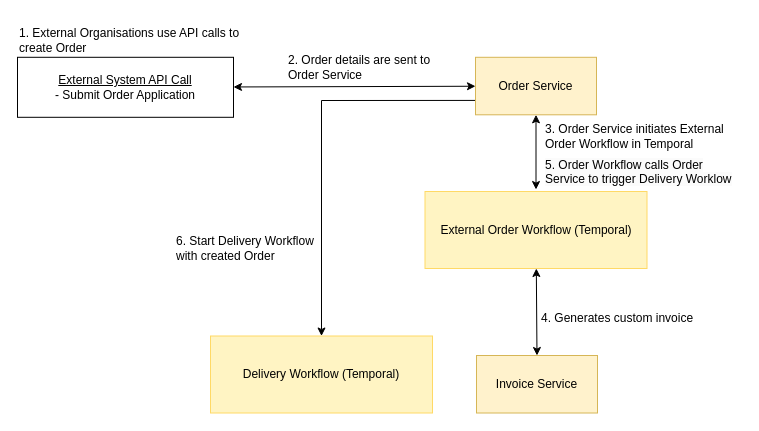
The draw.io diagram diagrams/Scenario2.drawio in darkliyznyanlin910/esd-2425T2, before the edit. Source tidied: cells renumbered, new cells numbered last; positions are measured from the earlier drawing's top-left corner, leaving out a move shared by most shapes. Both pictures are drawn from the tidied source at 100%, with x=0, y=0 at pixel (17, 25).
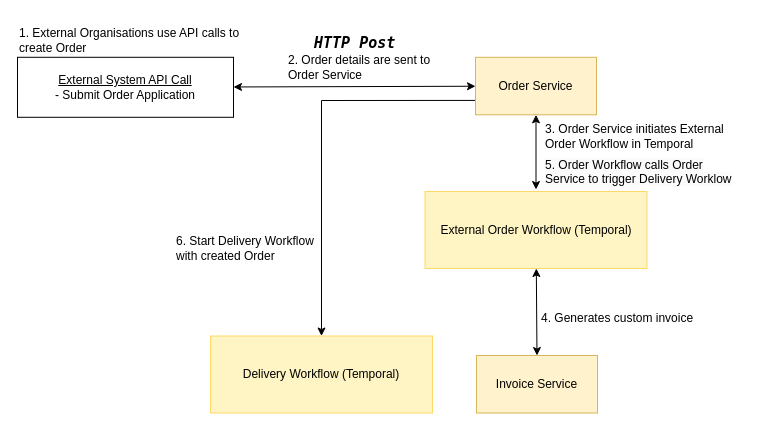
The same page after the edit.

Commit message (it also covers changes not shown here):
added HTTP Post and GET into diagrams

The edit, as a diff of the source:
```diff
@@
 <mxGraphModel>
   <root>
     <mxCell id="0" />
     <mxCell id="1" parent="0" />
     <mxCell id="2" value="&lt;u&gt;External System API Call&lt;/u&gt;&lt;div&gt;- Submit Order Application&lt;/div&gt;" style="rounded=0;whiteSpace=wrap;html=1;" parent="1" vertex="1">
       <mxGeometry y="31.8" width="216" height="60" as="geometry" />
     </mxCell>
     <mxCell id="3" style="edgeStyle=none;html=1;exitX=0;exitY=0.75;exitDx=0;exitDy=0;entryX=0.5;entryY=0;entryDx=0;entryDy=0;rounded=0;curved=0;" parent="1" edge="1" source="4" target="9">
       <mxGeometry relative="1" as="geometry">
         <Array as="points">
           <mxPoint x="304" y="75" />
         </Array>
       </mxGeometry>
     </mxCell>
     <mxCell id="4" value="Order Service" style="rounded=0;whiteSpace=wrap;html=1;fillColor=#fff2cc;strokeColor=#d6b656;" parent="1" vertex="1">
       <mxGeometry x="458" y="31.8" width="121" height="57.5" as="geometry" />
     </mxCell>
     <mxCell id="5" value="1. External Organisations use API calls to create Order" style="text;html=1;align=left;verticalAlign=middle;whiteSpace=wrap;rounded=0;" parent="1" vertex="1">
       <mxGeometry width="239" height="30" as="geometry" />
     </mxCell>
     <mxCell id="6" style="endArrow=classic;startArrow=classic;html=1;rounded=0;" parent="1" edge="1" source="2" target="4">
       <mxGeometry relative="1" as="geometry" />
     </mxCell>
     <mxCell id="7" style="endArrow=classic;startArrow=classic;html=1;rounded=0;entryX=0.5;entryY=1;entryDx=0;entryDy=0;" parent="1" edge="1" target="4">
       <mxGeometry relative="1" as="geometry">
         <mxPoint x="518.5" y="164" as="sourcePoint" />
       </mxGeometry>
     </mxCell>
     <mxCell id="8" value="2. Order details are sent to &lt;br&gt;Order Service" style="text;html=1;align=left;verticalAlign=middle;whiteSpace=wrap;rounded=0;" parent="1" vertex="1">
       <mxGeometry x="269" y="27" width="155" height="30" as="geometry" />
     </mxCell>
     <mxCell id="9" value="Delivery Workflow (Temporal)" style="rounded=0;whiteSpace=wrap;html=1;fillColor=light-dark(#FFF4C3,var(--ge-dark-color, #121212));strokeColor=light-dark(#FFD966,#FFFFFF);" parent="1" vertex="1">
       <mxGeometry x="193" y="310.5" width="222" height="77" as="geometry" />
     </mxCell>
     <mxCell id="10" value="External Order Workflow (Temporal)" style="rounded=0;whiteSpace=wrap;html=1;fillColor=light-dark(#FFF4C3,var(--ge-dark-color, #121212));strokeColor=light-dark(#FFD966,#FFFFFF);" parent="1" vertex="1">
       <mxGeometry x="407.5" y="166" width="222" height="77" as="geometry" />
     </mxCell>
     <mxCell id="11" value="Invoice Service" style="rounded=0;whiteSpace=wrap;html=1;fillColor=#fff2cc;strokeColor=#d6b656;" parent="1" vertex="1">
       <mxGeometry x="459" y="330" width="121" height="57.5" as="geometry" />
     </mxCell>
     <mxCell id="12" value="3. Order Service initiates External Order Workflow in Temporal" style="text;html=1;align=left;verticalAlign=middle;whiteSpace=wrap;rounded=0;" parent="1" vertex="1">
       <mxGeometry x="526" y="96" width="195" height="30" as="geometry" />
     </mxCell>
     <mxCell id="13" value="4. Generates custom invoice" style="text;html=1;align=left;verticalAlign=middle;whiteSpace=wrap;rounded=0;" parent="1" vertex="1">
       <mxGeometry x="522" y="278" width="166" height="30" as="geometry" />
     </mxCell>
     <mxCell id="14" style="endArrow=classic;startArrow=classic;html=1;rounded=0;exitX=0.5;exitY=0;exitDx=0;exitDy=0;" parent="1" edge="1" source="11" target="10">
       <mxGeometry relative="1" as="geometry" />
     </mxCell>
     <mxCell id="15" value="6. Start Delivery Workflow with created Order" style="text;html=1;align=left;verticalAlign=middle;whiteSpace=wrap;rounded=0;" parent="1" vertex="1">
       <mxGeometry x="157" y="208" width="150" height="30" as="geometry" />
     </mxCell>
     <mxCell id="16" value="&lt;span style=&quot;color: rgb(0, 0, 0); font-family: Helvetica; font-size: 12px; font-style: normal; font-variant-ligatures: normal; font-variant-caps: normal; font-weight: 400; letter-spacing: normal; orphans: 2; text-indent: 0px; text-transform: none; widows: 2; word-spacing: 0px; -webkit-text-stroke-width: 0px; white-space: normal; background-color: rgb(251, 251, 251); text-decoration-thickness: initial; text-decoration-style: initial; text-decoration-color: initial; float: none; display: inline !important;&quot;&gt;5. Order Workflow calls Order Service to trigger Delivery Worklow&lt;/span&gt;" style="text;whiteSpace=wrap;html=1;align=left;" parent="1" vertex="1">
       <mxGeometry x="526" y="126" width="198" height="36" as="geometry" />
     </mxCell>
+    <mxCell id="17" value="&lt;h5&gt;&lt;font style=&quot;font-size: 15px;&quot; face=&quot;Lucida Console&quot;&gt;&lt;i&gt;HTTP Post&lt;/i&gt;&lt;/font&gt;&lt;/h5&gt;" style="text;html=1;align=left;verticalAlign=middle;whiteSpace=wrap;rounded=0;" parent="1" vertex="1">
+      <mxGeometry x="295" y="1.8" width="100" height="30" as="geometry" />
+    </mxCell>
   </root>
 </mxGraphModel>
```
